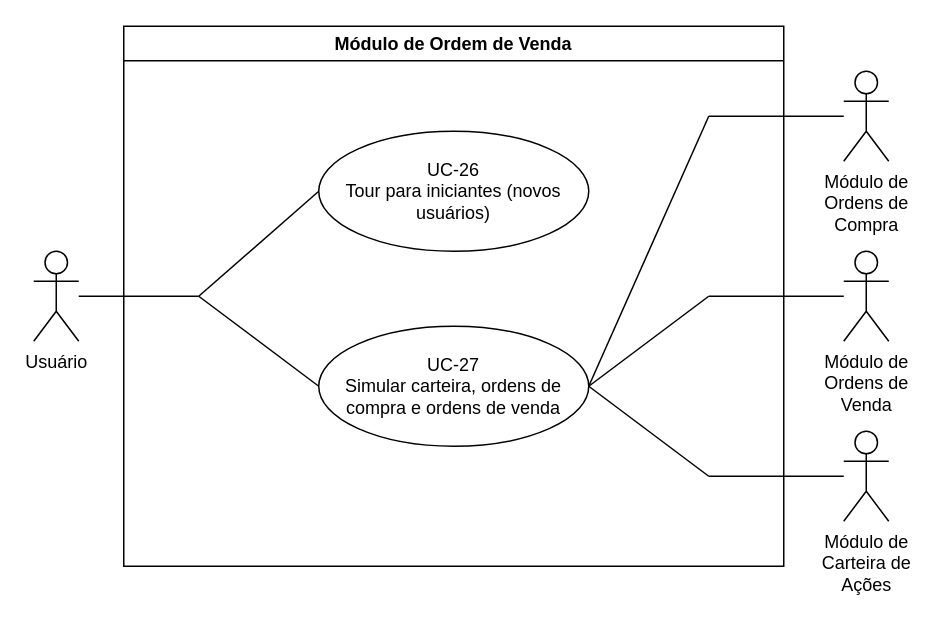
Above: diagramas_casos_de_uso/uc_introducao_usuario.drawio in gb-cs-rt/home_broker (draw.io), before the change. Source tidied: cells renumbered, new cells numbered last; positions are measured from the earlier drawing's top-left corner, leaving out a move shared by most shapes. Both pictures are drawn from the tidied source at 150%, with x=0, y=0 at pixel (33, 26).
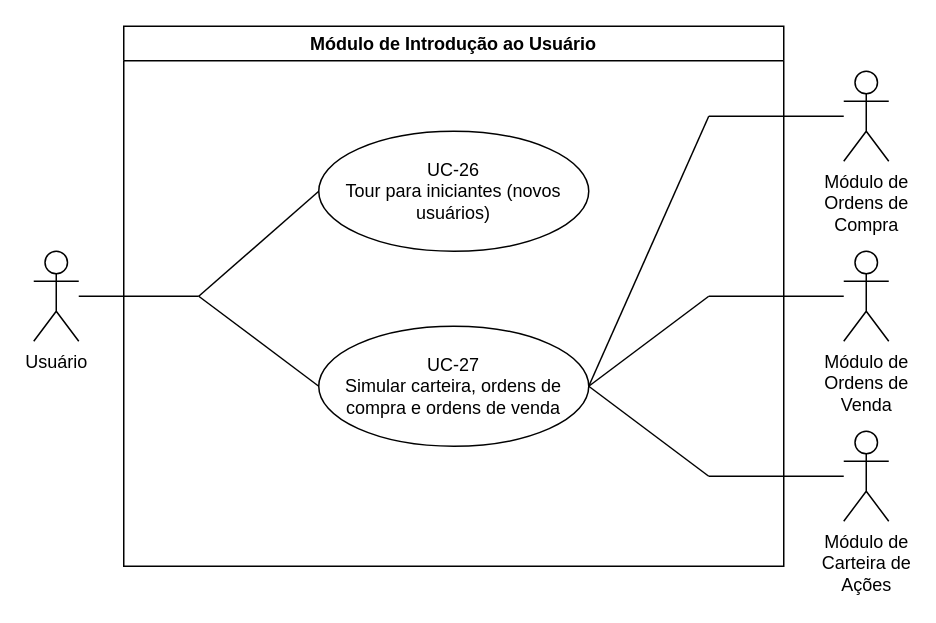
After the change.

Change to the diagram source:
```diff
@@
-    <mxCell id="2" value="Módulo de Ordem de Venda" style="swimlane;whiteSpace=wrap;html=1;" parent="1" vertex="1">
+    <mxCell id="2" value="Módulo de Introdução ao Usuário" style="swimlane;whiteSpace=wrap;html=1;" parent="1" vertex="1">
       <mxGeometry x="60" width="440" height="360" as="geometry" />
     </mxCell>
```
